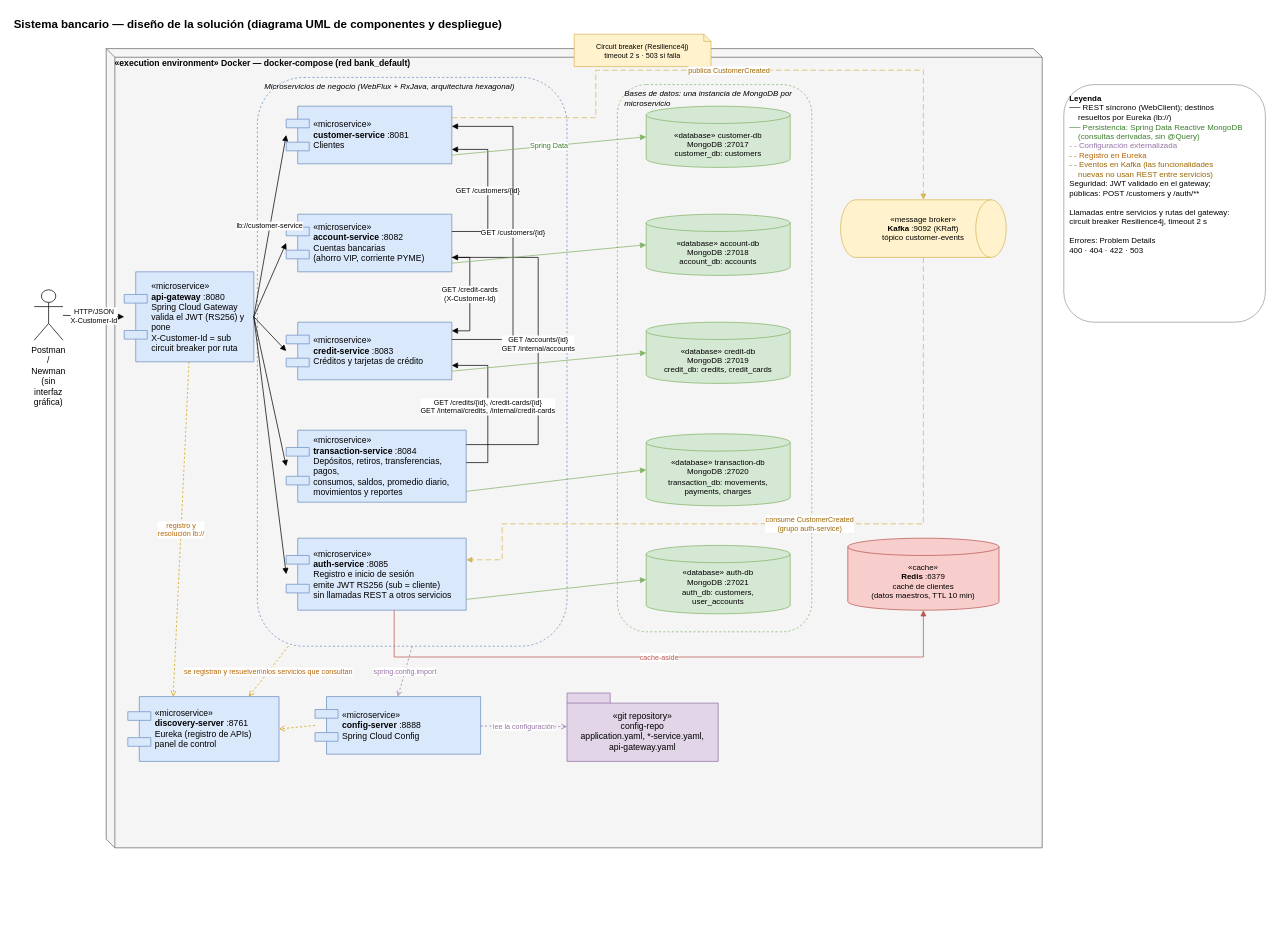
Earlier version of the draw.io diagram docs/diagrams/solution-design.drawio (kuroxbyte/bootcamp-bank-project-docs). Source tidied: cells renumbered, new cells numbered last; positions are measured from the earlier drawing's top-left corner, leaving out a move shared by most shapes. Both pictures are drawn from the tidied source at 72%, with x=0, y=0 at pixel (12, 12).
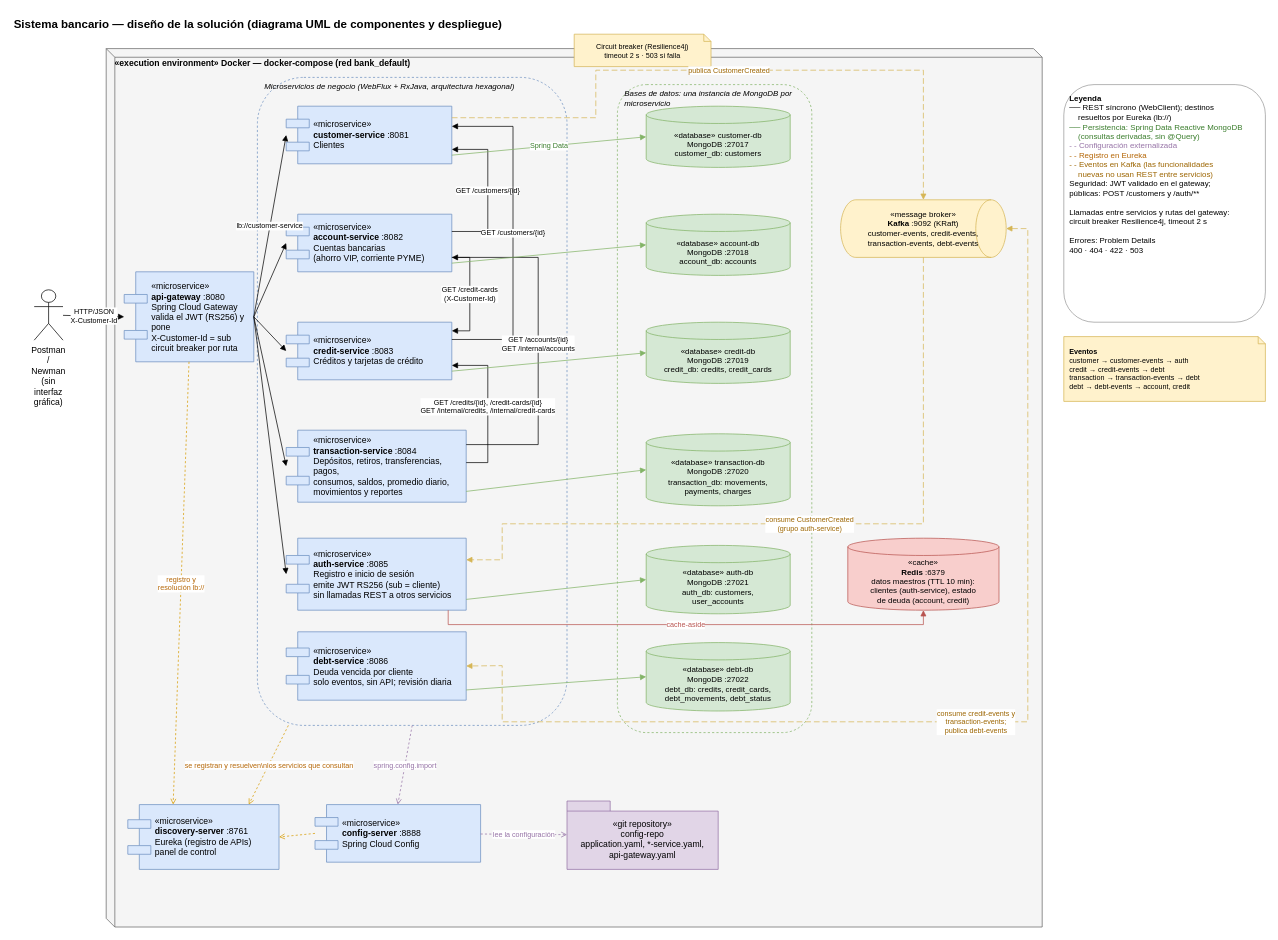
Above is the later version.

Commit message (it also covers changes not shown here):
feat: bloquear nuevos productos a clientes con deuda vencida

Unchanged cells that the change refers to:
```xml
<mxCell id="15" value="«microservice»&lt;br&gt;&lt;b&gt;auth-service&lt;/b&gt; :8085&lt;br&gt;Registro e inicio de sesión&lt;br&gt;emite JWT RS256 (sub = cliente)&lt;br&gt;sin llamadas REST a otros servicios" style="shape=component;align=left;spacingLeft=36;html=1;whiteSpace=wrap;fillColor=#dae8fc;strokeColor=#6c8ebf;fontSize=12;" parent="1" vertex="1">
  <mxGeometry x="380" y="730" width="250" height="100" as="geometry" />
</mxCell>
```

What changed in the source:
```diff
@@
     <mxCell id="3" value="«execution environment» Docker — docker-compose (red bank_default)" style="shape=cube;whiteSpace=wrap;html=1;size=12;verticalAlign=top;align=left;spacingLeft=10;spacingTop=6;fillColor=#f5f5f5;strokeColor=#666666;fontStyle=1;" parent="1" vertex="1">
-      <mxGeometry x="130" y="50" width="1300" height="1110" as="geometry" />
+      <mxGeometry x="130" y="50" width="1300" height="1220" as="geometry" />
     </mxCell>
@@
     <mxCell id="5" value="Microservicios de negocio (WebFlux + RxJava, arquitectura hexagonal)" style="rounded=1;dashed=1;fillColor=none;strokeColor=#6c8ebf;verticalAlign=top;align=left;spacingLeft=8;fontSize=11;fontStyle=2;html=1;whiteSpace=wrap;" parent="1" vertex="1">
-      <mxGeometry x="340" y="90" width="430" height="790" as="geometry" />
+      <mxGeometry x="340" y="90" width="430" height="900" as="geometry" />
     </mxCell>
@@
     <mxCell id="10" value="Bases de datos: una instancia de MongoDB por microservicio" style="rounded=1;dashed=1;fillColor=none;strokeColor=#82b366;verticalAlign=top;align=left;spacingLeft=8;fontSize=11;fontStyle=2;html=1;whiteSpace=wrap;" parent="1" vertex="1">
-      <mxGeometry x="840" y="100" width="270" height="760" as="geometry" />
+      <mxGeometry x="840" y="100" width="270" height="900" as="geometry" />
     </mxCell>
@@
-    <mxCell id="17" value="«message broker»&lt;br&gt;&lt;b&gt;Kafka&lt;/b&gt; :9092 (KRaft)&lt;br&gt;tópico customer-events" style="shape=mxgraph.flowchart.direct_data;whiteSpace=wrap;html=1;fillColor=#fff2cc;strokeColor=#d6b656;fontSize=11;" parent="1" vertex="1">
+    <mxCell id="17" value="«message broker»&lt;br&gt;&lt;b&gt;Kafka&lt;/b&gt; :9092 (KRaft)&lt;br&gt;customer-events, credit-events,&lt;br&gt;transaction-events, debt-events" style="shape=mxgraph.flowchart.direct_data;whiteSpace=wrap;html=1;fillColor=#fff2cc;strokeColor=#d6b656;fontSize=11;" parent="1" vertex="1">
       <mxGeometry x="1150" y="260" width="230" height="80" as="geometry" />
     </mxCell>
-    <mxCell id="18" value="«cache»&lt;br&gt;&lt;b&gt;Redis&lt;/b&gt; :6379&lt;br&gt;caché de clientes&lt;br&gt;(datos maestros, TTL 10 min)" style="shape=cylinder3;whiteSpace=wrap;html=1;boundedLbl=1;size=12;fillColor=#f8cecc;strokeColor=#b85450;fontSize=11;" parent="1" vertex="1">
+    <mxCell id="18" value="«cache»&lt;br&gt;&lt;b&gt;Redis&lt;/b&gt; :6379&lt;br&gt;datos maestros (TTL 10 min):&lt;br&gt;clientes (auth-service), estado&lt;br&gt;de deuda (account, credit)" style="shape=cylinder3;whiteSpace=wrap;html=1;boundedLbl=1;size=12;fillColor=#f8cecc;strokeColor=#b85450;fontSize=11;" parent="1" vertex="1">
       <mxGeometry x="1160" y="730" width="210" height="100" as="geometry" />
     </mxCell>
+    <mxCell id="49" value="«microservice»&lt;br&gt;&lt;b&gt;debt-service&lt;/b&gt; :8086&lt;br&gt;Deuda vencida por cliente&lt;br&gt;solo eventos, sin API; revisión diaria" style="shape=component;align=left;spacingLeft=36;html=1;whiteSpace=wrap;fillColor=#dae8fc;strokeColor=#6c8ebf;fontSize=12;" parent="1" vertex="1">
+      <mxGeometry x="380" y="860" width="250" height="95" as="geometry" />
+    </mxCell>
+    <mxCell id="50" value="«database» debt-db&lt;br&gt;MongoDB :27022&lt;br&gt;debt_db: credits, credit_cards,&lt;br&gt;debt_movements, debt_status" style="shape=cylinder3;whiteSpace=wrap;html=1;boundedLbl=1;size=12;fillColor=#d5e8d4;strokeColor=#82b366;fontSize=11;" parent="1" vertex="1">
+      <mxGeometry x="880" y="875" width="200" height="95" as="geometry" />
+    </mxCell>
+    <mxCell id="51" value="&lt;b&gt;Eventos&lt;/b&gt;&lt;br&gt;customer → customer-events → auth&lt;br&gt;credit → credit-events → debt&lt;br&gt;transaction → transaction-events → debt&lt;br&gt;debt → debt-events → account, credit" style="shape=note;whiteSpace=wrap;html=1;size=10;fillColor=#fff2cc;strokeColor=#d6b656;fontSize=10;align=left;spacingLeft=6;" parent="1" vertex="1">
+      <mxGeometry x="1460" y="450" width="280" height="90" as="geometry" />
+    </mxCell>
     <mxCell id="19" value="«microservice»&lt;br&gt;&lt;b&gt;discovery-server&lt;/b&gt; :8761&lt;br&gt;Eureka (registro de APIs)&lt;br&gt;panel de control" style="shape=component;align=left;spacingLeft=36;html=1;whiteSpace=wrap;fillColor=#dae8fc;strokeColor=#6c8ebf;fontSize=12;" parent="1" vertex="1">
-      <mxGeometry x="160" y="950" width="210" height="90" as="geometry" />
+      <mxGeometry x="160" y="1100" width="210" height="90" as="geometry" />
     </mxCell>
     <mxCell id="20" value="«microservice»&lt;br&gt;&lt;b&gt;config-server&lt;/b&gt; :8888&lt;br&gt;Spring Cloud Config" style="shape=component;align=left;spacingLeft=36;html=1;whiteSpace=wrap;fillColor=#dae8fc;strokeColor=#6c8ebf;fontSize=12;" parent="1" vertex="1">
-      <mxGeometry x="420" y="950" width="230" height="80" as="geometry" />
+      <mxGeometry x="420" y="1100" width="230" height="80" as="geometry" />
     </mxCell>
     <mxCell id="21" value="«git repository»&lt;br&gt;config-repo&lt;br&gt;application.yaml, *-service.yaml,&lt;br&gt;api-gateway.yaml" style="shape=folder;fontStyle=0;spacingTop=10;tabWidth=60;tabHeight=14;tabPosition=left;html=1;whiteSpace=wrap;fillColor=#e1d5e7;strokeColor=#9673a6;" parent="1" vertex="1">
-      <mxGeometry x="770" y="945" width="210" height="95" as="geometry" />
+      <mxGeometry x="770" y="1095" width="210" height="95" as="geometry" />
     </mxCell>
@@
+    <mxCell id="52" style="endArrow=block;html=1;rounded=0;fontSize=10;strokeColor=#82b366;fontColor=#3a7d2c;labelBackgroundColor=#ffffff;exitX=1;exitY=0.85;entryX=0;entryY=0.5;" parent="1" edge="1" source="49" target="50">
+      <mxGeometry relative="1" as="geometry" />
+    </mxCell>
@@
+    <mxCell id="53" value="consume credit-events y&lt;br&gt;transaction-events;&lt;br&gt;publica debt-events" style="endArrow=block;dashed=1;dashPattern=8 4;html=1;rounded=0;fontSize=10;strokeColor=#d6b656;fontColor=#9c6500;labelBackgroundColor=#ffffff;startArrow=block;startFill=1;exitX=1;exitY=0.5;entryX=1;entryY=0.5;" parent="1" edge="1" source="17" target="49">
+      <mxGeometry relative="1" as="geometry">
+        <Array as="points">
+          <mxPoint x="1410" y="300" />
+          <mxPoint x="1410" y="985" />
+          <mxPoint x="680" y="985" />
+          <mxPoint x="680" y="907" />
+        </Array>
+      </mxGeometry>
+    </mxCell>
-    <mxCell id="42" value="cache-aside" style="endArrow=block;html=1;rounded=0;fontSize=10;strokeColor=#b85450;fontColor=#b85450;labelBackgroundColor=#ffffff;exitX=0.6;exitY=1;entryX=0.5;entryY=1;" parent="1" edge="1" source="15" target="18">
+    <mxCell id="42" value="cache-aside" style="endArrow=block;html=1;rounded=0;fontSize=10;strokeColor=#b85450;fontColor=#b85450;labelBackgroundColor=#ffffff;exitX=0.9;exitY=1;entryX=0.5;entryY=1;" parent="1" edge="1" source="15" target="18">
       <mxGeometry relative="1" as="geometry">
         <Array as="points">
-          <mxPoint x="530" y="895" />
-          <mxPoint x="1265" y="895" />
+          <mxPoint x="605" y="850" />
+          <mxPoint x="1265" y="850" />
         </Array>
       </mxGeometry>
     </mxCell>
```
